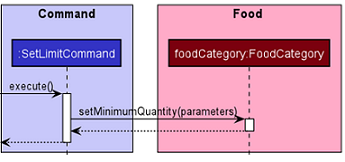
Above: docs/diagrams/diagram_images/SetLimitSequenceDiagram.png in nus-cs2113-AY2021S2/tp (PlantUML), before the change. Its diagram source:
```plantuml
@startuml
!include style.puml

box "Command\n" COMMAND_COLOR_T1
participant ":SetLimitCommand" as SetLimitCommand COMMAND_COLOR
end box

box Food FOOD_COLOR_T1
participant "foodCategory:FoodCategory" as FoodCategory FOOD_COLOR_T3
end box

-> SetLimitCommand: execute()
activate SetLimitCommand

SetLimitCommand-> FoodCategory: setMinimumQuantity(parameters)
activate FoodCategory
return
return

@enduml
```
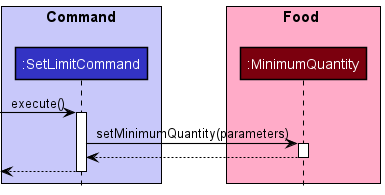
After the change.

What changed in the source:
```diff
@@ -1,4 +1,4 @@
-@startuml
+@startuml SetLimitSequenceDiagram
 !include style.puml
 
 box "Command\n" COMMAND_COLOR_T1
@@ -6,14 +6,14 @@
 end box
 
 box Food FOOD_COLOR_T1
-participant "foodCategory:FoodCategory" as FoodCategory FOOD_COLOR_T3
+participant ":MinimumQuantity" as MinimumQuantity FOOD_COLOR_T3
 end box
 
 -> SetLimitCommand: execute()
 activate SetLimitCommand
 
-SetLimitCommand-> FoodCategory: setMinimumQuantity(parameters)
-activate FoodCategory
+SetLimitCommand-> MinimumQuantity: setMinimumQuantity(parameters)
+activate MinimumQuantity
 return
 return
 
```
